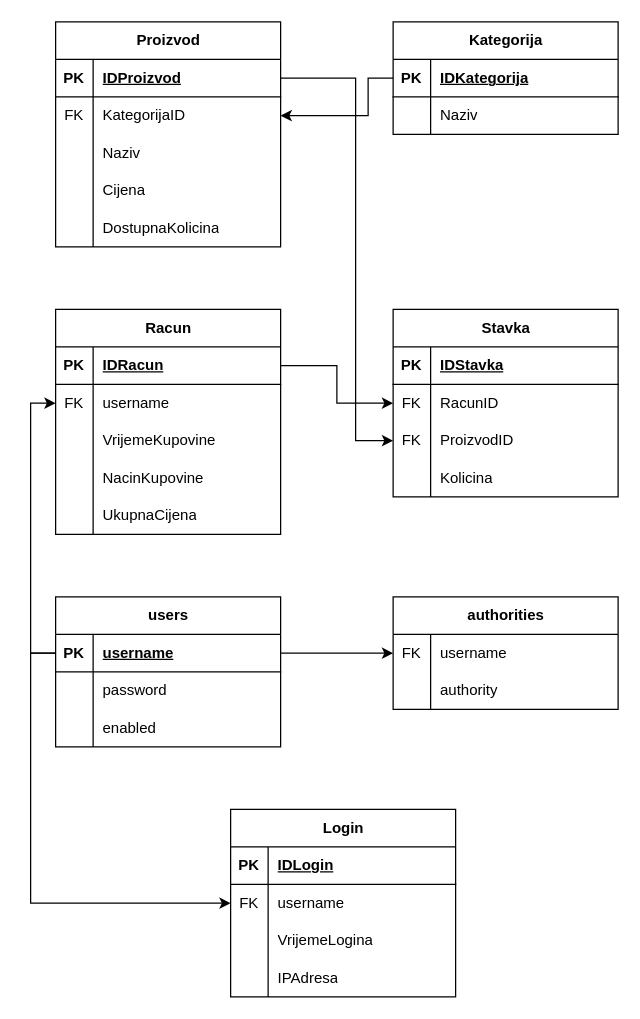
The draw.io diagram db/JavaWebBaza-ER.drawio in Ivan-zwx/JavaWebProjekt, before the edit. Source tidied: cells renumbered, new cells numbered last; positions are measured from the earlier drawing's top-left corner, leaving out a move shared by most shapes. Both pictures are drawn from the tidied source at 125%, with x=0, y=0 at pixel (55, 21).
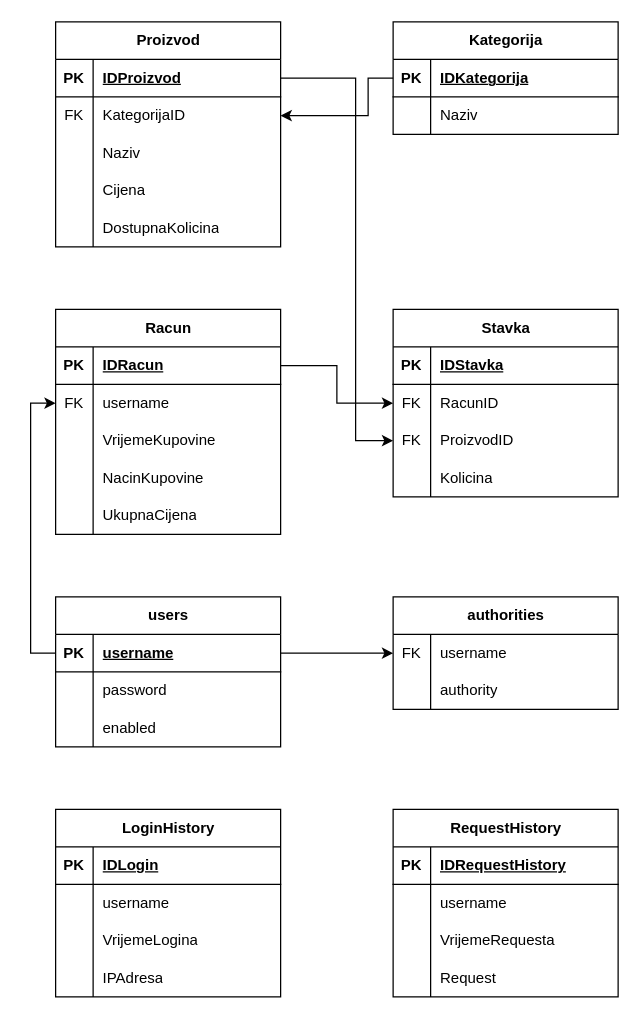
Above is the later version.

Unchanged cells that the change refers to:
```xml
<mxCell id="55" style="shape=tableRow;horizontal=0;startSize=0;swimlaneHead=0;swimlaneBody=0;fillColor=none;points=[[0,0.5],[1,0.5]];portConstraint=eastwest;top=0;left=0;right=0;bottom=1;" parent="54" vertex="1">
  <mxGeometry y="30" width="180" height="30" as="geometry" />
</mxCell>
<mxCell id="77" style="shape=tableRow;horizontal=0;startSize=0;swimlaneHead=0;swimlaneBody=0;fillColor=none;points=[[0,0.5],[1,0.5]];portConstraint=eastwest;top=0;left=0;right=0;bottom=0;" parent="73" vertex="1">
  <mxGeometry y="60" width="180" height="30" as="geometry" />
</mxCell>
```

Diff of the diagram source:
```diff
@@
-    <mxCell id="73" value="Login" style="shape=table;startSize=30;childLayout=tableLayout;rowLines=0;fontStyle=1;align=center;html=1;" parent="1" vertex="1">
-      <mxGeometry x="140" y="630" width="180" height="150" as="geometry" />
+    <mxCell id="73" value="LoginHistory" style="shape=table;startSize=30;childLayout=tableLayout;rowLines=0;fontStyle=1;align=center;html=1;" parent="1" vertex="1">
+      <mxGeometry y="630" width="180" height="150" as="geometry" />
     </mxCell>
@@
-    <mxCell id="78" value="FK" style="shape=partialRectangle;fillColor=none;top=0;left=0;bottom=0;right=0;overflow=hidden;whiteSpace=wrap;html=1;" parent="77" vertex="1">
+    <mxCell id="78" style="shape=partialRectangle;fillColor=none;top=0;left=0;bottom=0;right=0;overflow=hidden;whiteSpace=wrap;html=1;" parent="77" vertex="1">
       <mxGeometry width="30" height="30" as="geometry" />
     </mxCell>
@@
-    <mxCell id="89" style="edgeStyle=orthogonalEdgeStyle;rounded=0;jettySize=auto;html=1;exitX=0;exitY=0.5;exitDx=0;exitDy=0;" parent="1" edge="1" source="55" target="77">
-      <mxGeometry relative="1" as="geometry" />
-    </mxCell>
+    <mxCell id="90" value="RequestHistory" style="shape=table;startSize=30;childLayout=tableLayout;rowLines=0;fontStyle=1;align=center;html=1;" parent="1" vertex="1">
+      <mxGeometry x="270" y="630" width="180" height="150" as="geometry" />
+    </mxCell>
+    <mxCell id="91" style="shape=tableRow;horizontal=0;startSize=0;swimlaneHead=0;swimlaneBody=0;fillColor=none;top=0;left=0;right=0;bottom=1;" parent="90" vertex="1">
+      <mxGeometry y="30" width="180" height="30" as="geometry" />
+    </mxCell>
+    <mxCell id="92" value="PK" style="shape=partialRectangle;fillColor=none;top=0;left=0;bottom=0;right=0;fontStyle=1;overflow=hidden;whiteSpace=wrap;html=1;" parent="91" vertex="1">
+      <mxGeometry width="30" height="30" as="geometry" />
+    </mxCell>
+    <mxCell id="93" value="IDRequestHistory" style="shape=partialRectangle;fillColor=none;top=0;left=0;bottom=0;right=0;align=left;spacingLeft=6;fontStyle=5;overflow=hidden;whiteSpace=wrap;html=1;" parent="91" vertex="1">
+      <mxGeometry x="30" width="150" height="30" as="geometry" />
+    </mxCell>
+    <mxCell id="94" style="shape=tableRow;horizontal=0;startSize=0;swimlaneHead=0;swimlaneBody=0;fillColor=none;top=0;left=0;right=0;bottom=0;" parent="90" vertex="1">
+      <mxGeometry y="60" width="180" height="30" as="geometry" />
+    </mxCell>
+    <mxCell id="95" style="shape=partialRectangle;fillColor=none;top=0;left=0;bottom=0;right=0;overflow=hidden;whiteSpace=wrap;html=1;" parent="94" vertex="1">
+      <mxGeometry width="30" height="30" as="geometry" />
+    </mxCell>
+    <mxCell id="96" value="username" style="shape=partialRectangle;fillColor=none;top=0;left=0;bottom=0;right=0;align=left;spacingLeft=6;overflow=hidden;whiteSpace=wrap;html=1;" parent="94" vertex="1">
+      <mxGeometry x="30" width="150" height="30" as="geometry" />
+    </mxCell>
+    <mxCell id="97" style="shape=tableRow;horizontal=0;startSize=0;swimlaneHead=0;swimlaneBody=0;fillColor=none;top=0;left=0;right=0;bottom=0;" parent="90" vertex="1">
+      <mxGeometry y="90" width="180" height="30" as="geometry" />
+    </mxCell>
+    <mxCell id="98" style="shape=partialRectangle;fillColor=none;top=0;left=0;bottom=0;right=0;overflow=hidden;whiteSpace=wrap;html=1;" parent="97" vertex="1">
+      <mxGeometry width="30" height="30" as="geometry" />
+    </mxCell>
+    <mxCell id="99" value="VrijemeRequesta" style="shape=partialRectangle;fillColor=none;top=0;left=0;bottom=0;right=0;align=left;spacingLeft=6;overflow=hidden;whiteSpace=wrap;html=1;" parent="97" vertex="1">
+      <mxGeometry x="30" width="150" height="30" as="geometry" />
+    </mxCell>
+    <mxCell id="100" style="shape=tableRow;horizontal=0;startSize=0;swimlaneHead=0;swimlaneBody=0;fillColor=none;top=0;left=0;right=0;bottom=0;" parent="90" vertex="1">
+      <mxGeometry y="120" width="180" height="30" as="geometry" />
+    </mxCell>
+    <mxCell id="101" style="shape=partialRectangle;fillColor=none;top=0;left=0;bottom=0;right=0;overflow=hidden;whiteSpace=wrap;html=1;" parent="100" vertex="1">
+      <mxGeometry width="30" height="30" as="geometry" />
+    </mxCell>
+    <mxCell id="102" value="Request" style="shape=partialRectangle;fillColor=none;top=0;left=0;bottom=0;right=0;align=left;spacingLeft=6;overflow=hidden;whiteSpace=wrap;html=1;" parent="100" vertex="1">
+      <mxGeometry x="30" width="150" height="30" as="geometry" />
+    </mxCell>
```
